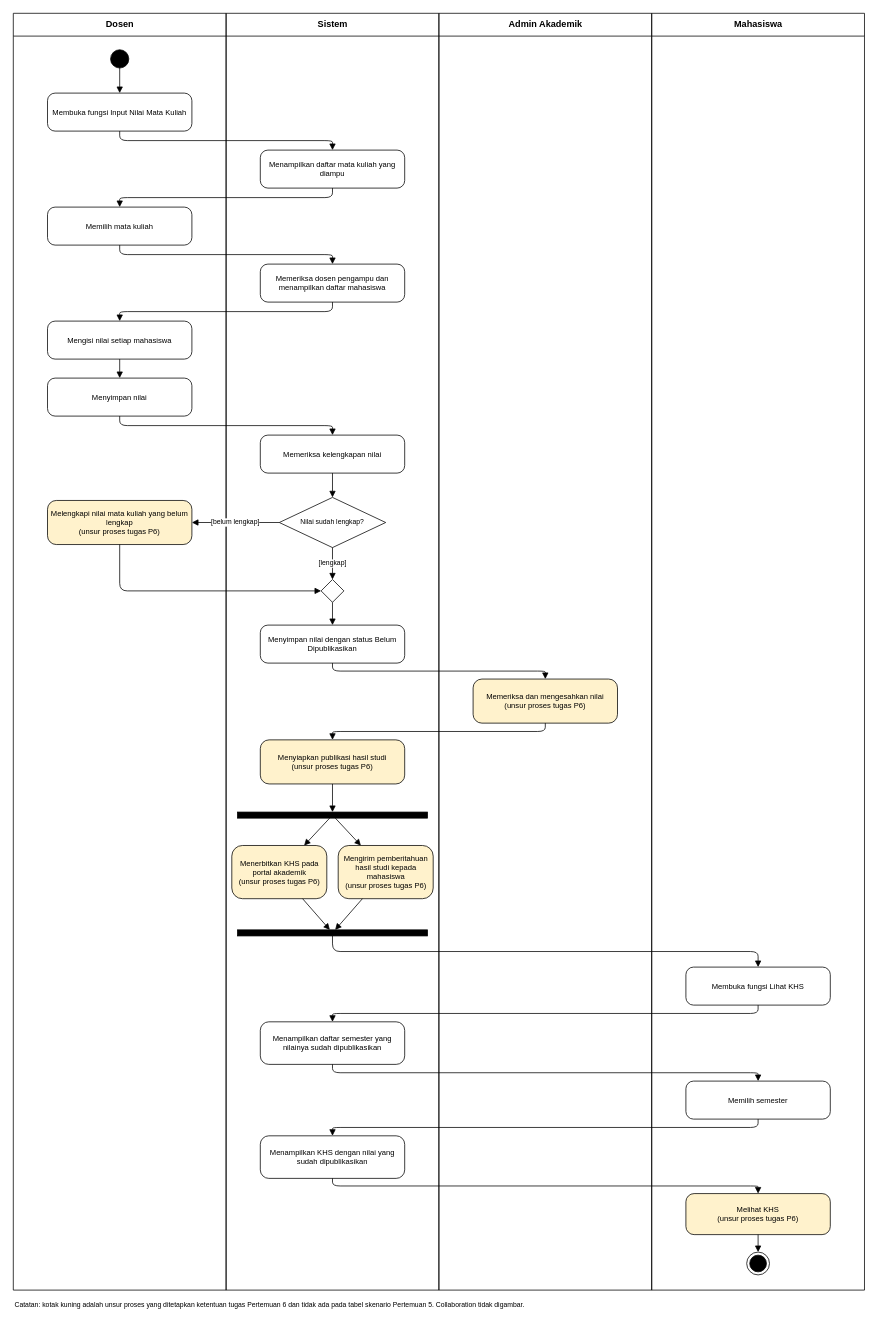
Above: 04_model_analisis/P06/SIA/P06_2406027_SIA_activity_v01.drawio in Muhamadrojaka15/IFRWP5149_2406027_LabAlat (draw.io), before the change. Source tidied: cells renumbered, new cells numbered last; positions are measured from the earlier drawing's top-left corner, leaving out a move shared by most shapes. Both pictures are drawn from the tidied source at 76%, with x=0, y=0 at pixel (13, 13).
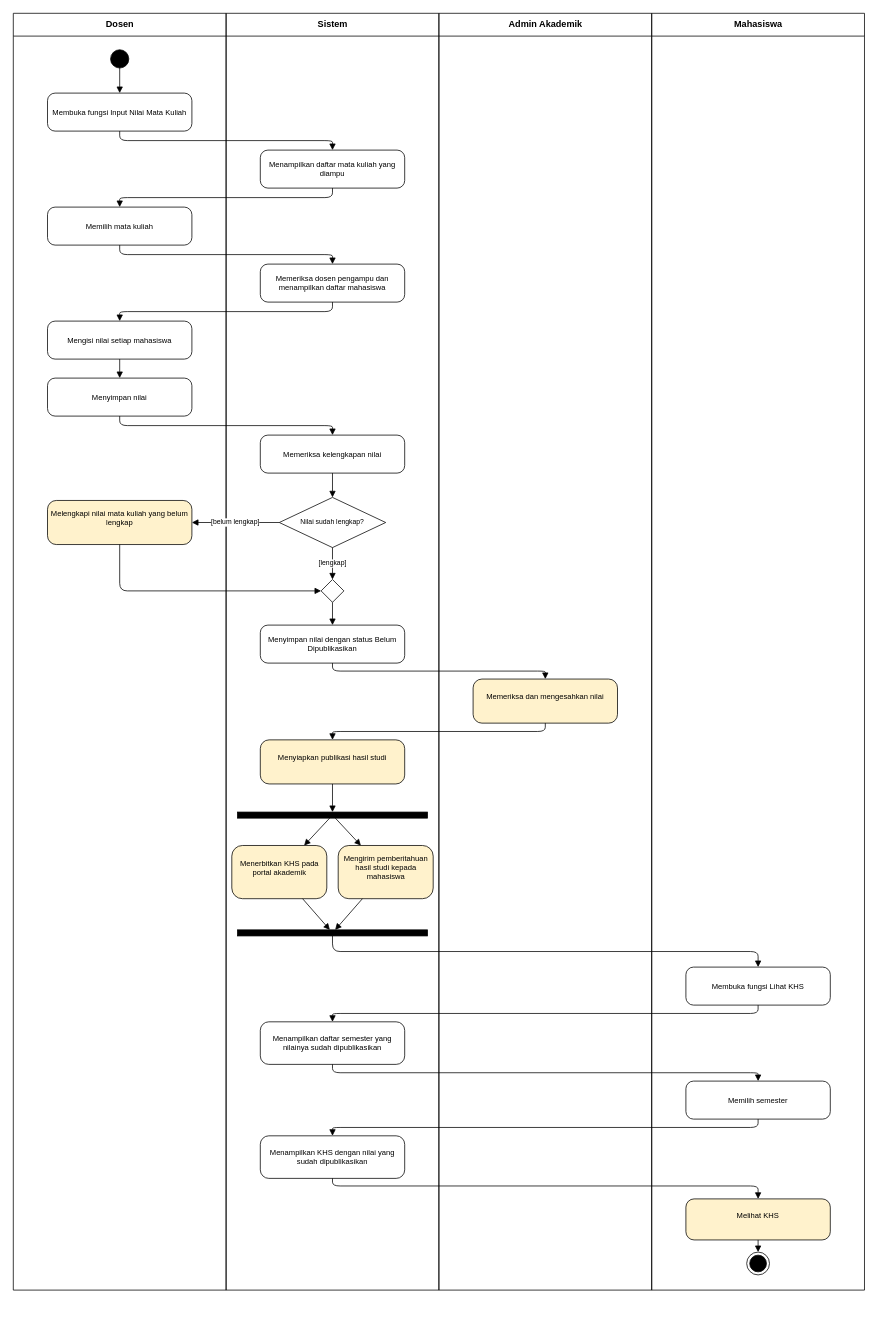
Above is the later version.

The change refers to these unchanged cells:
```xml
<mxCell id="5" value="Mahasiswa" style="swimlane;startSize=30;horizontal=1;html=1;fillColor=none;" parent="1" vertex="1">
  <mxGeometry x="840" width="280" height="1680" as="geometry" />
</mxCell>
```

Diff of the diagram source:
```diff
@@
+    <mxCell id="28" value="Melihat KHS&lt;div&gt;&lt;br/&gt;&lt;/div&gt;" style="rounded=1;whiteSpace=wrap;html=1;arcSize=20;fontSize=10;fillColor=#FFF2CC;" parent="5" vertex="1">
+      <mxGeometry x="45" y="1560" width="190" height="54" as="geometry" />
+    </mxCell>
@@
-    <mxCell id="15" value="Melengkapi nilai mata kuliah yang belum lengkap&lt;br&gt;(unsur proses tugas P6)" style="rounded=1;whiteSpace=wrap;html=1;arcSize=20;fontSize=10;fillColor=#FFF2CC;" parent="1" vertex="1">
+    <mxCell id="15" value="Melengkapi nilai mata kuliah yang belum lengkap&lt;div&gt;&lt;br/&gt;&lt;/div&gt;" style="rounded=1;whiteSpace=wrap;html=1;arcSize=20;fontSize=10;fillColor=#FFF2CC;" parent="1" vertex="1">
       <mxGeometry x="45" y="641" width="190" height="58" as="geometry" />
     </mxCell>
@@
-    <mxCell id="18" value="Memeriksa dan mengesahkan nilai&lt;br&gt;(unsur proses tugas P6)" style="rounded=1;whiteSpace=wrap;html=1;arcSize=20;fontSize=10;fillColor=#FFF2CC;" parent="1" vertex="1">
+    <mxCell id="18" value="Memeriksa dan mengesahkan nilai&lt;div&gt;&lt;br/&gt;&lt;/div&gt;" style="rounded=1;whiteSpace=wrap;html=1;arcSize=20;fontSize=10;fillColor=#FFF2CC;" parent="1" vertex="1">
       <mxGeometry x="605" y="876" width="190" height="58" as="geometry" />
     </mxCell>
-    <mxCell id="19" value="Menyiapkan publikasi hasil studi&lt;br&gt;(unsur proses tugas P6)" style="rounded=1;whiteSpace=wrap;html=1;arcSize=20;fontSize=10;fillColor=#FFF2CC;" parent="1" vertex="1">
+    <mxCell id="19" value="Menyiapkan publikasi hasil studi&lt;div&gt;&lt;br/&gt;&lt;/div&gt;" style="rounded=1;whiteSpace=wrap;html=1;arcSize=20;fontSize=10;fillColor=#FFF2CC;" parent="1" vertex="1">
       <mxGeometry x="325" y="956" width="190" height="58" as="geometry" />
     </mxCell>
@@
-    <mxCell id="21" value="Menerbitkan KHS pada portal akademik&lt;br&gt;(unsur proses tugas P6)" style="rounded=1;whiteSpace=wrap;html=1;arcSize=20;fontSize=10;fillColor=#FFF2CC;" parent="1" vertex="1">
+    <mxCell id="21" value="Menerbitkan KHS pada portal akademik&lt;div&gt;&lt;br/&gt;&lt;/div&gt;" style="rounded=1;whiteSpace=wrap;html=1;arcSize=20;fontSize=10;fillColor=#FFF2CC;" parent="1" vertex="1">
       <mxGeometry x="287.5" y="1095" width="125" height="70" as="geometry" />
     </mxCell>
-    <mxCell id="22" value="Mengirim pemberitahuan hasil studi kepada mahasiswa&lt;br&gt;(unsur proses tugas P6)" style="rounded=1;whiteSpace=wrap;html=1;arcSize=20;fontSize=10;fillColor=#FFF2CC;" parent="1" vertex="1">
+    <mxCell id="22" value="Mengirim pemberitahuan hasil studi kepada mahasiswa&lt;div&gt;&lt;br/&gt;&lt;/div&gt;" style="rounded=1;whiteSpace=wrap;html=1;arcSize=20;fontSize=10;fillColor=#FFF2CC;" parent="1" vertex="1">
       <mxGeometry x="427.5" y="1095" width="125" height="70" as="geometry" />
     </mxCell>
@@
-    <mxCell id="28" value="Melihat KHS&lt;br&gt;(unsur proses tugas P6)" style="rounded=1;whiteSpace=wrap;html=1;arcSize=20;fontSize=10;fillColor=#FFF2CC;" parent="1" vertex="1">
-      <mxGeometry x="885" y="1553" width="190" height="54" as="geometry" />
-    </mxCell>
@@
-    <mxCell id="55" value="Catatan: kotak kuning adalah unsur proses yang ditetapkan ketentuan tugas Pertemuan 6 dan tidak ada pada tabel skenario Pertemuan 5. Collaboration tidak digambar." style="text;html=1;whiteSpace=wrap;fontSize=9;" parent="1" vertex="1">
-      <mxGeometry y="1688" width="1120" height="30" as="geometry" />
-    </mxCell>
```
